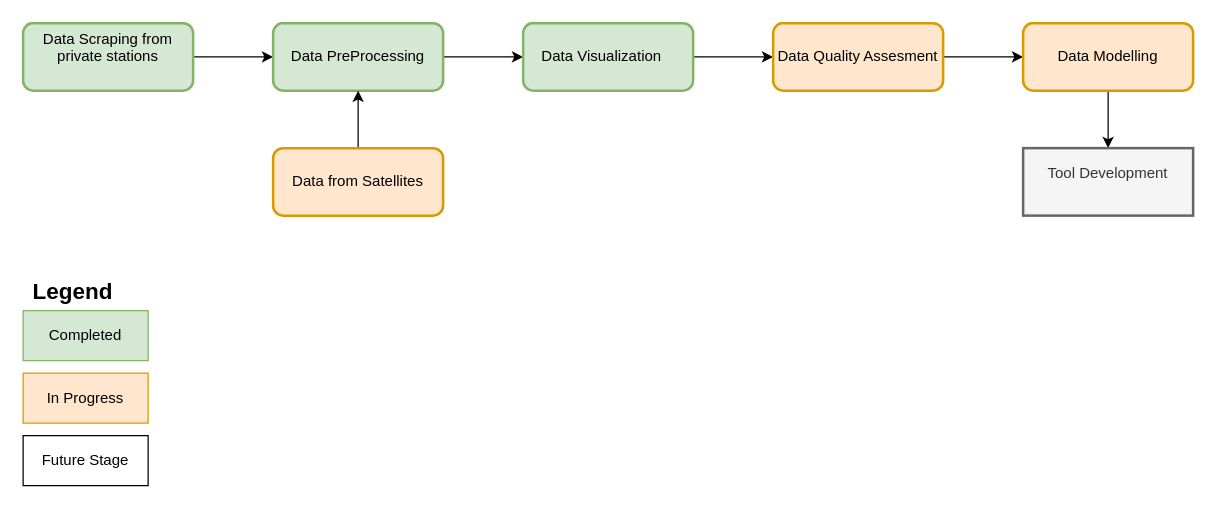
Before: Resources/Untitled.drawio in khatrigaurav/temperature_modelling, a draw.io diagram. Source tidied: cells renumbered, new cells numbered last; positions are measured from the earlier drawing's top-left corner, leaving out a move shared by most shapes. Both pictures are drawn from the tidied source at 125%, with x=0, y=0 at pixel (22, 22).
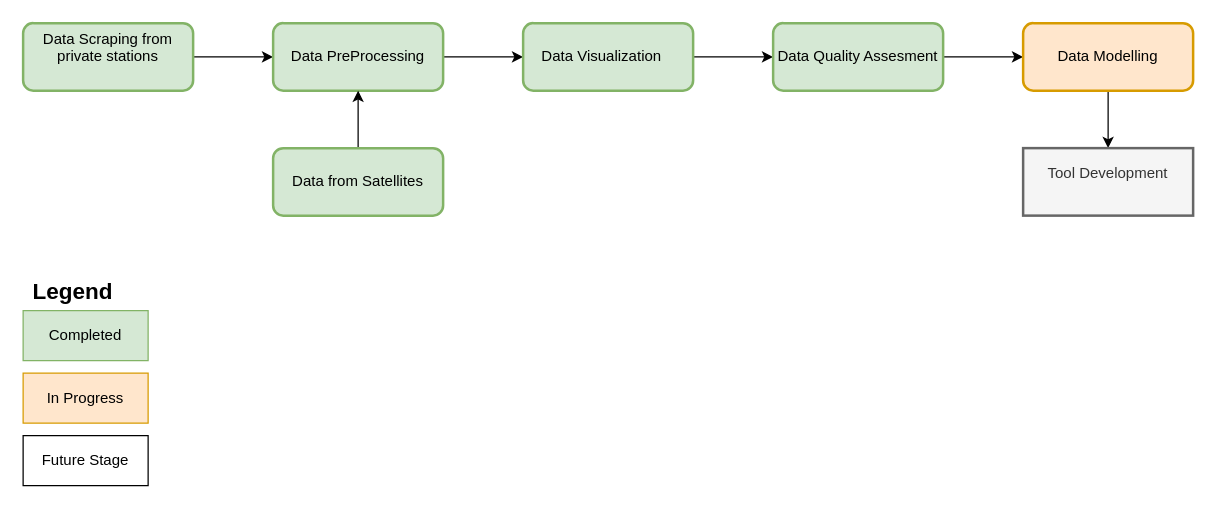
After the change.

The edit, as a diff of the source:
```diff
@@
 <mxGraphModel>
   <root>
     <mxCell id="0" />
     <mxCell id="1" parent="0" />
     <mxCell id="2" style="edgeStyle=orthogonalEdgeStyle;rounded=0;jettySize=auto;html=1;" parent="1" edge="1" source="3" target="5">
       <mxGeometry relative="1" as="geometry" />
     </mxCell>
     <mxCell id="3" value="Data Scraping from private stations&#10;" style="whiteSpace=wrap;strokeWidth=2;fillColor=#d5e8d4;strokeColor=#82b366;shadow=0;glass=0;rounded=1;" parent="1" vertex="1">
       <mxGeometry width="136" height="54" as="geometry" />
     </mxCell>
     <mxCell id="4" style="edgeStyle=orthogonalEdgeStyle;rounded=0;jettySize=auto;html=1;" parent="1" edge="1" source="5" target="7">
       <mxGeometry relative="1" as="geometry" />
     </mxCell>
     <mxCell id="5" value="&#10;Data PreProcessing&#10;" style="whiteSpace=wrap;strokeWidth=2;fillColor=#d5e8d4;strokeColor=#82b366;rounded=1;" parent="1" vertex="1">
       <mxGeometry x="200" width="136" height="54" as="geometry" />
     </mxCell>
     <mxCell id="6" style="edgeStyle=orthogonalEdgeStyle;rounded=0;jettySize=auto;html=1;" parent="1" edge="1" source="7" target="9">
       <mxGeometry relative="1" as="geometry" />
     </mxCell>
     <mxCell id="7" value="Data Visualization   " style="whiteSpace=wrap;strokeWidth=2;fillColor=#d5e8d4;strokeColor=#82b366;rounded=1;" parent="1" vertex="1">
       <mxGeometry x="400" width="136" height="54" as="geometry" />
     </mxCell>
     <mxCell id="8" style="edgeStyle=orthogonalEdgeStyle;rounded=0;jettySize=auto;html=1;" parent="1" edge="1" source="9" target="11">
       <mxGeometry relative="1" as="geometry" />
     </mxCell>
-    <mxCell id="9" value="Data Quality Assesment" style="whiteSpace=wrap;strokeWidth=2;fillColor=#ffe6cc;strokeColor=#d79b00;rounded=1;" parent="1" vertex="1">
+    <mxCell id="9" value="Data Quality Assesment" style="whiteSpace=wrap;strokeWidth=2;fillColor=#d5e8d4;strokeColor=#82b366;rounded=1;" parent="1" vertex="1">
       <mxGeometry x="600" width="136" height="54" as="geometry" />
     </mxCell>
     <mxCell id="10" style="edgeStyle=orthogonalEdgeStyle;rounded=0;jettySize=auto;html=1;" parent="1" edge="1" source="11" target="12">
       <mxGeometry relative="1" as="geometry" />
     </mxCell>
     <mxCell id="11" value="Data Modelling" style="whiteSpace=wrap;strokeWidth=2;fillColor=#ffe6cc;strokeColor=#d79b00;gradientColor=none;rounded=1;" parent="1" vertex="1">
       <mxGeometry x="800" width="136" height="54" as="geometry" />
     </mxCell>
     <mxCell id="12" value="Tool Development&#10;" style="whiteSpace=wrap;strokeWidth=2;fillColor=#f5f5f5;strokeColor=#666666;fontColor=#333333;rounded=0;" parent="1" vertex="1">
       <mxGeometry x="800" y="100" width="136" height="54" as="geometry" />
     </mxCell>
     <mxCell id="13" style="edgeStyle=orthogonalEdgeStyle;rounded=0;jettySize=auto;html=1;" parent="1" edge="1" source="14" target="5">
       <mxGeometry relative="1" as="geometry" />
     </mxCell>
-    <mxCell id="14" value="Data from Satellites" style="whiteSpace=wrap;strokeWidth=2;fillColor=#ffe6cc;strokeColor=#d79b00;rounded=1;" parent="1" vertex="1">
+    <mxCell id="14" value="Data from Satellites" style="whiteSpace=wrap;strokeWidth=2;fillColor=#d5e8d4;strokeColor=#82b366;rounded=1;" parent="1" vertex="1">
       <mxGeometry x="200" y="100" width="136" height="54" as="geometry" />
     </mxCell>
     <mxCell id="15" value="&lt;b&gt;&lt;font style=&quot;font-size: 18px;&quot;&gt;Legend&lt;/font&gt;&lt;/b&gt;" style="text;html=1;strokeColor=none;fillColor=none;align=center;verticalAlign=middle;whiteSpace=wrap;rounded=0;" parent="1" vertex="1">
       <mxGeometry x="10" y="200" width="60" height="30" as="geometry" />
     </mxCell>
     <mxCell id="16" value="Completed" style="whiteSpace=wrap;html=1;fillColor=#d5e8d4;strokeColor=#82b366;" parent="1" vertex="1">
       <mxGeometry y="230" width="100" height="40" as="geometry" />
     </mxCell>
     <mxCell id="17" value="In Progress" style="whiteSpace=wrap;html=1;fillColor=#ffe6cc;strokeColor=#d79b00;" parent="1" vertex="1">
       <mxGeometry y="280" width="100" height="40" as="geometry" />
     </mxCell>
     <mxCell id="18" value="Future Stage" style="whiteSpace=wrap;html=1;" parent="1" vertex="1">
       <mxGeometry y="330" width="100" height="40" as="geometry" />
     </mxCell>
   </root>
 </mxGraphModel>
```
